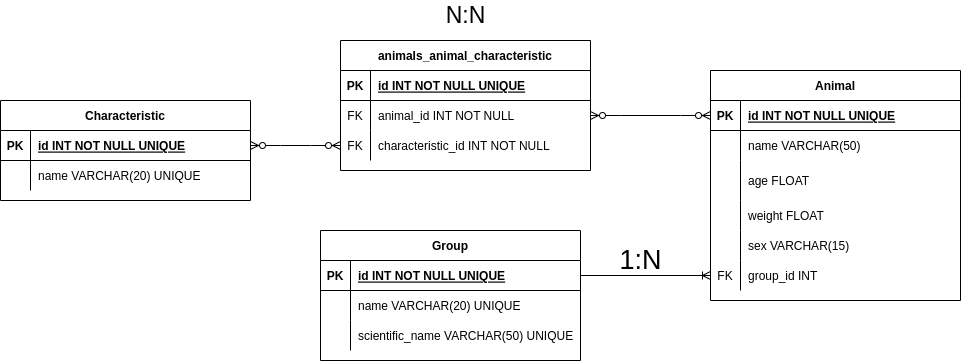
Earlier version of the draw.io export Kenzie Pet.drawio.png (guilopreti/kenzie-pet). Source tidied: cells renumbered, new cells last; positions are measured from the earlier drawing's top-left corner, leaving out a move shared by most shapes.
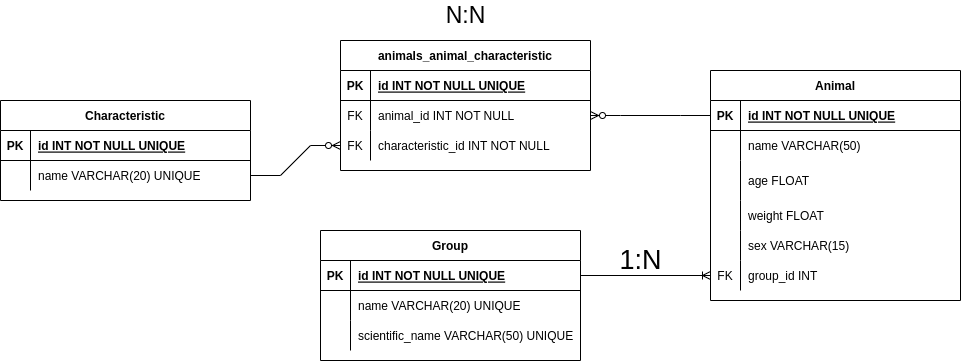
Later version of the same file.

Change to the diagram source:
```diff
@@ -148,17 +148,17 @@
     <mxCell id="49" value="characteristic_id INT NOT NULL" style="shape=partialRectangle;overflow=hidden;fillColor=none;top=0;left=0;bottom=0;right=0;align=left;spacingLeft=6;" parent="47" vertex="1">
       <mxGeometry x="30" width="220" height="30" as="geometry" />
     </mxCell>
-    <mxCell id="50" style="edgeStyle=entityRelationEdgeStyle;fontSize=12;html=1;endArrow=ERzeroToMany;endFill=1;startArrow=ERzeroToMany;rounded=0;entryX=1;entryY=0.5;entryDx=0;entryDy=0;exitX=0;exitY=0.5;exitDx=0;exitDy=0;" parent="1" edge="1" source="47" target="3">
-      <mxGeometry relative="1" as="geometry" />
-    </mxCell>
-    <mxCell id="51" style="edgeStyle=entityRelationEdgeStyle;fontSize=12;html=1;endArrow=ERzeroToMany;endFill=1;startArrow=ERzeroToMany;rounded=0;exitX=0;exitY=0.5;exitDx=0;exitDy=0;entryX=1;entryY=0.5;entryDx=0;entryDy=0;" parent="1" edge="1" source="20" target="44">
-      <mxGeometry relative="1" as="geometry" />
-    </mxCell>
     <mxCell id="52" value="N:N" style="text;html=1;align=center;verticalAlign=middle;strokeColor=none;fillColor=none;fontSize=23;" parent="1" vertex="1">
       <mxGeometry x="435" width="60" height="30" as="geometry" />
     </mxCell>
     <mxCell id="53" value="1:N" style="text;html=1;align=center;verticalAlign=middle;strokeColor=none;fillColor=none;fontSize=27;rotation=0;" parent="1" vertex="1">
       <mxGeometry x="610" y="240" width="60" height="40" as="geometry" />
     </mxCell>
+    <mxCell id="54" style="edgeStyle=entityRelationEdgeStyle;fontSize=12;html=1;endArrow=ERzeroToMany;endFill=1;rounded=0;exitX=1;exitY=0.5;exitDx=0;exitDy=0;entryX=0;entryY=0.5;entryDx=0;entryDy=0;" parent="1" edge="1" source="6" target="47">
+      <mxGeometry relative="1" as="geometry" />
+    </mxCell>
+    <mxCell id="51" style="edgeStyle=entityRelationEdgeStyle;fontSize=12;html=1;endArrow=ERzeroToMany;endFill=1;rounded=0;entryX=1;entryY=0.5;entryDx=0;entryDy=0;exitX=0;exitY=0.5;exitDx=0;exitDy=0;" parent="1" edge="1" source="20" target="44">
+      <mxGeometry relative="1" as="geometry" />
+    </mxCell>
   </root>
 </mxGraphModel>
```
